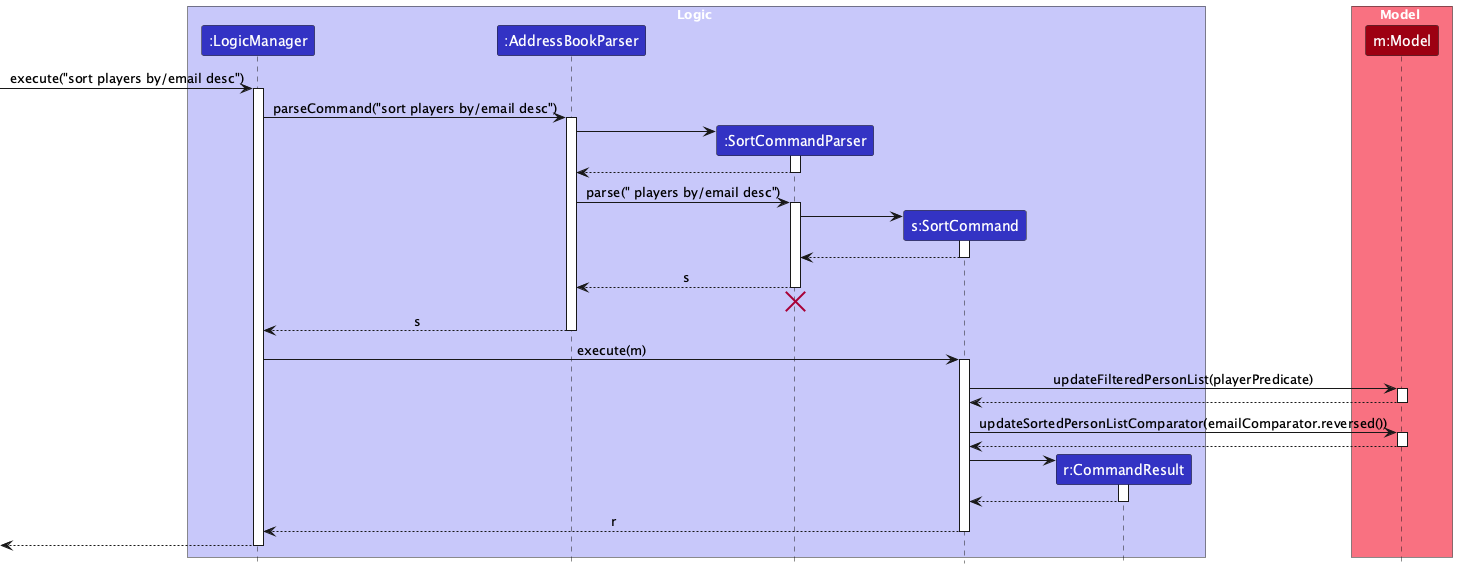
The PlantUML diagram docs/images/SortSequenceDiagram.png in AY2526S2-CS2103-F08-2/tp, before a commit. Its diagram source:
```plantuml
@startuml
!include style.puml
skinparam ArrowFontStyle plain

box Logic LOGIC_COLOR_T1
participant ":LogicManager" as LogicManager LOGIC_COLOR
participant ":AddressBookParser" as AddressBookParser LOGIC_COLOR
participant ":SortCommandParser" as SortCommandParser LOGIC_COLOR
participant "s:SortCommand" as SortCommand LOGIC_COLOR
participant "r:CommandResult" as CommandResult LOGIC_COLOR
end box

box Model MODEL_COLOR_T1
participant "m:Model" as Model MODEL_COLOR
end box

[-> LogicManager : execute("sort players by/email desc")
activate LogicManager

LogicManager -> AddressBookParser : parseCommand("sort players by/email desc")
activate AddressBookParser

create SortCommandParser
AddressBookParser -> SortCommandParser
activate SortCommandParser

SortCommandParser --> AddressBookParser
deactivate SortCommandParser

AddressBookParser -> SortCommandParser : parse(" players by/email desc")
activate SortCommandParser

create SortCommand
SortCommandParser -> SortCommand
activate SortCommand

SortCommand --> SortCommandParser
deactivate SortCommand

SortCommandParser --> AddressBookParser : s
deactivate SortCommandParser
SortCommandParser -[hidden]-> AddressBookParser
destroy SortCommandParser

AddressBookParser --> LogicManager : s
deactivate AddressBookParser

LogicManager -> SortCommand : execute(m)
activate SortCommand

SortCommand -> Model : updateFilteredPersonList(playerPredicate)
activate Model
Model --> SortCommand
deactivate Model

SortCommand -> Model : updateSortedPersonListComparator(emailComparator.reversed())
activate Model
Model --> SortCommand
deactivate Model

create CommandResult
SortCommand -> CommandResult
activate CommandResult

CommandResult --> SortCommand
deactivate CommandResult

SortCommand --> LogicManager : r
deactivate SortCommand

[<--LogicManager
deactivate LogicManager
@enduml
```
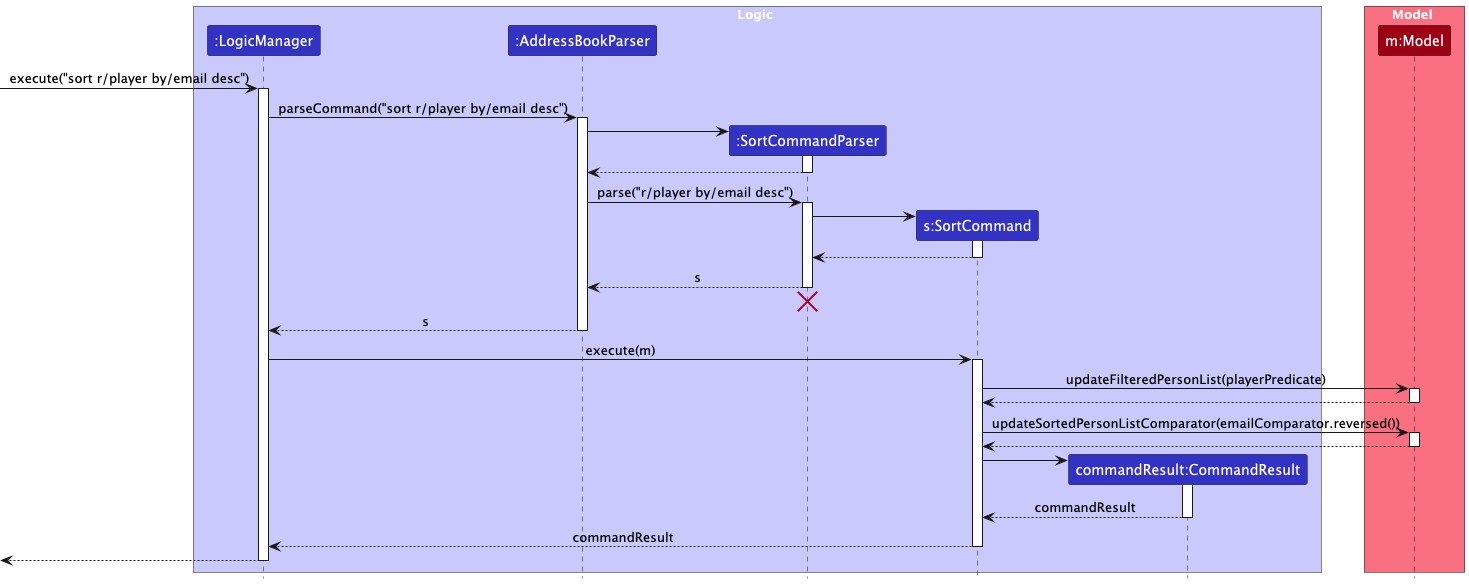
After the commit.

The edit, as a diff of the source:
```diff
@@ -7,17 +7,17 @@
 participant ":AddressBookParser" as AddressBookParser LOGIC_COLOR
 participant ":SortCommandParser" as SortCommandParser LOGIC_COLOR
 participant "s:SortCommand" as SortCommand LOGIC_COLOR
-participant "r:CommandResult" as CommandResult LOGIC_COLOR
+participant "commandResult:CommandResult" as CommandResult LOGIC_COLOR
 end box
 
 box Model MODEL_COLOR_T1
 participant "m:Model" as Model MODEL_COLOR
 end box
 
-[-> LogicManager : execute("sort players by/email desc")
+[-> LogicManager : execute("sort r/player by/email desc")
 activate LogicManager
 
-LogicManager -> AddressBookParser : parseCommand("sort players by/email desc")
+LogicManager -> AddressBookParser : parseCommand("sort r/player by/email desc")
 activate AddressBookParser
 
 create SortCommandParser
@@ -27,7 +27,7 @@
 SortCommandParser --> AddressBookParser
 deactivate SortCommandParser
 
-AddressBookParser -> SortCommandParser : parse(" players by/email desc")
+AddressBookParser -> SortCommandParser : parse("r/player by/email desc")
 activate SortCommandParser
 
 create SortCommand
@@ -62,10 +62,10 @@
 SortCommand -> CommandResult
 activate CommandResult
 
-CommandResult --> SortCommand
+CommandResult --> SortCommand : commandResult
 deactivate CommandResult
 
-SortCommand --> LogicManager : r
+SortCommand --> LogicManager : commandResult
 deactivate SortCommand
 
 [<--LogicManager
```
